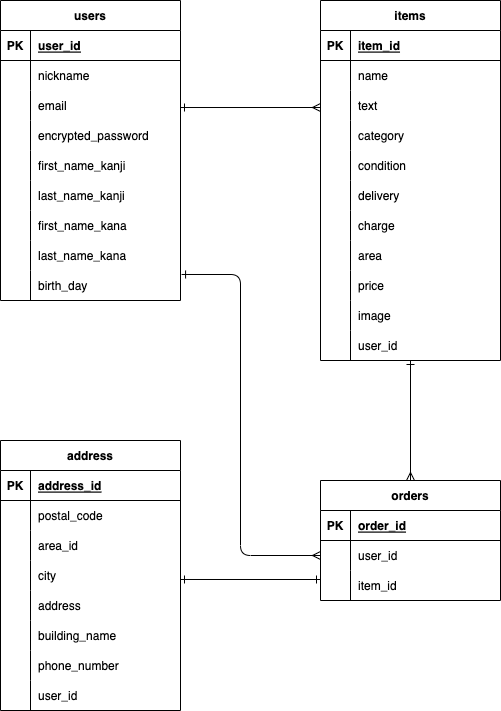
Earlier version of the draw.io export app/furima_DB.png (t-mahito/furima-37474). Source tidied: cells renumbered, new cells last; positions are measured from the earlier drawing's top-left corner, leaving out a move shared by most shapes.
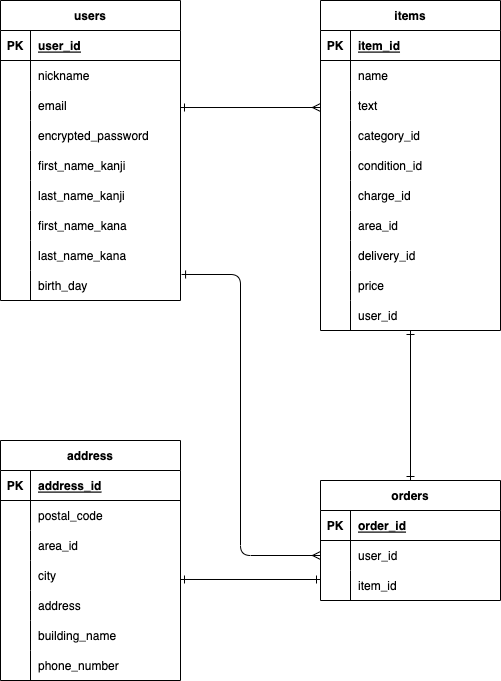
Later version of the same file.

The edit, as a diff of the source:
```diff
@@ -87,7 +87,7 @@
       <mxGeometry x="30" width="150" height="30" as="geometry" />
     </mxCell>
     <mxCell id="30" value="items" style="shape=table;startSize=30;rowLines=0;fontStyle=1;align=center;" parent="1" vertex="1">
-      <mxGeometry x="320" width="180" height="360" as="geometry" />
+      <mxGeometry x="320" width="180" height="330" as="geometry" />
     </mxCell>
     <mxCell id="31" style="shape=partialRectangle;fillColor=none;top=0;left=0;bottom=1;right=0;" parent="30" vertex="1">
       <mxGeometry y="30" width="180" height="30" as="geometry" />
@@ -122,7 +122,7 @@
     <mxCell id="41" style="shape=partialRectangle;fillColor=none;top=0;left=0;bottom=0;right=0;overflow=hidden;" parent="40" vertex="1">
       <mxGeometry width="30" height="30" as="geometry" />
     </mxCell>
-    <mxCell id="42" value="category" style="shape=partialRectangle;fillColor=none;top=0;left=0;bottom=0;right=0;align=left;spacingLeft=6;overflow=hidden;" parent="40" vertex="1">
+    <mxCell id="42" value="category_id" style="shape=partialRectangle;fillColor=none;top=0;left=0;bottom=0;right=0;align=left;spacingLeft=6;overflow=hidden;" parent="40" vertex="1">
       <mxGeometry x="30" width="150" height="30" as="geometry" />
     </mxCell>
     <mxCell id="43" style="shape=partialRectangle;fillColor=none;top=0;left=0;bottom=0;right=0;" parent="30" vertex="1">
@@ -131,7 +131,7 @@
     <mxCell id="44" style="shape=partialRectangle;fillColor=none;top=0;left=0;bottom=0;right=0;overflow=hidden;" parent="43" vertex="1">
       <mxGeometry width="30" height="30" as="geometry" />
     </mxCell>
-    <mxCell id="45" value="condition" style="shape=partialRectangle;fillColor=none;top=0;left=0;bottom=0;right=0;align=left;spacingLeft=6;overflow=hidden;" parent="43" vertex="1">
+    <mxCell id="45" value="condition_id" style="shape=partialRectangle;fillColor=none;top=0;left=0;bottom=0;right=0;align=left;spacingLeft=6;overflow=hidden;" parent="43" vertex="1">
       <mxGeometry x="30" width="150" height="30" as="geometry" />
     </mxCell>
     <mxCell id="46" style="shape=partialRectangle;fillColor=none;top=0;left=0;bottom=0;right=0;" parent="30" vertex="1">
@@ -140,7 +140,7 @@
     <mxCell id="47" style="shape=partialRectangle;fillColor=none;top=0;left=0;bottom=0;right=0;overflow=hidden;" parent="46" vertex="1">
       <mxGeometry width="30" height="30" as="geometry" />
     </mxCell>
-    <mxCell id="48" value="delivery" style="shape=partialRectangle;fillColor=none;top=0;left=0;bottom=0;right=0;align=left;spacingLeft=6;overflow=hidden;" parent="46" vertex="1">
+    <mxCell id="48" value="charge_id" style="shape=partialRectangle;fillColor=none;top=0;left=0;bottom=0;right=0;align=left;spacingLeft=6;overflow=hidden;" parent="46" vertex="1">
       <mxGeometry x="30" width="150" height="30" as="geometry" />
     </mxCell>
     <mxCell id="49" style="shape=partialRectangle;fillColor=none;top=0;left=0;bottom=0;right=0;" parent="30" vertex="1">
@@ -149,7 +149,7 @@
     <mxCell id="50" style="shape=partialRectangle;fillColor=none;top=0;left=0;bottom=0;right=0;overflow=hidden;" parent="49" vertex="1">
       <mxGeometry width="30" height="30" as="geometry" />
     </mxCell>
-    <mxCell id="51" value="charge" style="shape=partialRectangle;fillColor=none;top=0;left=0;bottom=0;right=0;align=left;spacingLeft=6;overflow=hidden;" parent="49" vertex="1">
+    <mxCell id="51" value="area_id" style="shape=partialRectangle;fillColor=none;top=0;left=0;bottom=0;right=0;align=left;spacingLeft=6;overflow=hidden;" parent="49" vertex="1">
       <mxGeometry x="30" width="150" height="30" as="geometry" />
     </mxCell>
     <mxCell id="52" style="shape=partialRectangle;fillColor=none;top=0;left=0;bottom=0;right=0;" parent="30" vertex="1">
@@ -158,7 +158,7 @@
     <mxCell id="53" style="shape=partialRectangle;fillColor=none;top=0;left=0;bottom=0;right=0;overflow=hidden;" parent="52" vertex="1">
       <mxGeometry width="30" height="30" as="geometry" />
     </mxCell>
-    <mxCell id="54" value="area" style="shape=partialRectangle;fillColor=none;top=0;left=0;bottom=0;right=0;align=left;spacingLeft=6;overflow=hidden;" parent="52" vertex="1">
+    <mxCell id="54" value="delivery_id" style="shape=partialRectangle;fillColor=none;top=0;left=0;bottom=0;right=0;align=left;spacingLeft=6;overflow=hidden;" parent="52" vertex="1">
       <mxGeometry x="30" width="150" height="30" as="geometry" />
     </mxCell>
     <mxCell id="55" style="shape=partialRectangle;fillColor=none;top=0;left=0;bottom=0;right=0;" parent="30" vertex="1">
@@ -170,17 +170,8 @@
     <mxCell id="57" value="price" style="shape=partialRectangle;fillColor=none;top=0;left=0;bottom=0;right=0;align=left;spacingLeft=6;overflow=hidden;" parent="55" vertex="1">
       <mxGeometry x="30" width="150" height="30" as="geometry" />
     </mxCell>
-    <mxCell id="58" style="shape=partialRectangle;fillColor=none;top=0;left=0;bottom=0;right=0;" parent="30" vertex="1">
-      <mxGeometry y="300" width="180" height="30" as="geometry" />
-    </mxCell>
-    <mxCell id="59" style="shape=partialRectangle;fillColor=none;top=0;left=0;bottom=0;right=0;overflow=hidden;" parent="58" vertex="1">
-      <mxGeometry width="30" height="30" as="geometry" />
-    </mxCell>
-    <mxCell id="60" value="image" style="shape=partialRectangle;fillColor=none;top=0;left=0;bottom=0;right=0;align=left;spacingLeft=6;overflow=hidden;" parent="58" vertex="1">
-      <mxGeometry x="30" width="150" height="30" as="geometry" />
-    </mxCell>
     <mxCell id="61" style="shape=partialRectangle;fillColor=none;top=0;left=0;bottom=0;right=0;points=[[0,0.5],[1,0.5]];portConstraint=eastwest;" parent="30" vertex="1">
-      <mxGeometry y="330" width="180" height="30" as="geometry" />
+      <mxGeometry y="300" width="180" height="30" as="geometry" />
     </mxCell>
     <mxCell id="62" style="shape=partialRectangle;fillColor=none;top=0;left=0;bottom=0;right=0;overflow=hidden;" parent="61" vertex="1">
       <mxGeometry width="30" height="30" as="geometry" />
@@ -199,7 +190,7 @@
       </mxGeometry>
     </mxCell>
     <mxCell id="66" value="address" style="shape=table;startSize=30;rowLines=0;fontStyle=1;align=center;" parent="1" vertex="1">
-      <mxGeometry y="440" width="180" height="270" as="geometry" />
+      <mxGeometry y="440" width="180" height="240" as="geometry" />
     </mxCell>
     <mxCell id="67" style="shape=partialRectangle;fillColor=none;top=0;left=0;bottom=1;right=0;" parent="66" vertex="1">
       <mxGeometry y="30" width="180" height="30" as="geometry" />
@@ -264,16 +255,7 @@
     <mxCell id="87" value="phone_number" style="shape=partialRectangle;fillColor=none;top=0;left=0;bottom=0;right=0;align=left;spacingLeft=6;overflow=hidden;" parent="85" vertex="1">
       <mxGeometry x="30" width="150" height="30" as="geometry" />
     </mxCell>
-    <mxCell id="88" style="shape=partialRectangle;fillColor=none;top=0;left=0;bottom=0;right=0;" parent="66" vertex="1">
-      <mxGeometry y="240" width="180" height="30" as="geometry" />
-    </mxCell>
-    <mxCell id="89" style="shape=partialRectangle;fillColor=none;top=0;left=0;bottom=0;right=0;overflow=hidden;" parent="88" vertex="1">
-      <mxGeometry width="30" height="30" as="geometry" />
-    </mxCell>
-    <mxCell id="90" value="user_id" style="shape=partialRectangle;fillColor=none;top=0;left=0;bottom=0;right=0;align=left;spacingLeft=6;overflow=hidden;" parent="88" vertex="1">
-      <mxGeometry x="30" width="150" height="30" as="geometry" />
-    </mxCell>
-    <mxCell id="91" style="edgeStyle=none;html=1;startArrow=ERmany;startFill=0;endArrow=ERone;endFill=0;" parent="1" edge="1" source="93" target="61">
+    <mxCell id="91" style="edgeStyle=none;html=1;startArrow=ERone;startFill=0;endArrow=ERone;endFill=0;" parent="1" edge="1" source="93" target="61">
       <mxGeometry relative="1" as="geometry" />
     </mxCell>
     <mxCell id="92" style="edgeStyle=orthogonalEdgeStyle;html=1;startArrow=ERmany;startFill=0;endArrow=ERone;endFill=0;entryX=1.006;entryY=0.133;entryDx=0;entryDy=0;entryPerimeter=0;" parent="1" edge="1" source="93" target="27">
```
